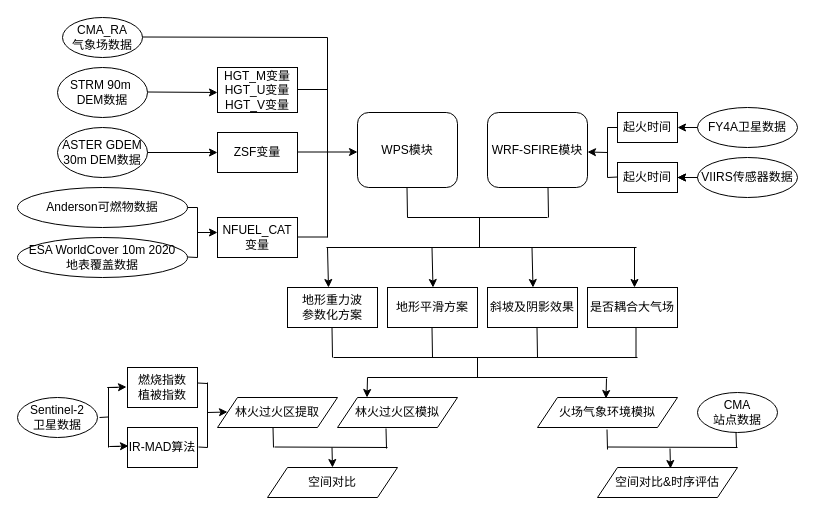
This is 第三章技术路线图.drawio from gaohuanxin/WRF-SFIRE, a draw.io file, before an edit. Source tidied: cells renumbered, new cells numbered last; positions are measured from the earlier drawing's top-left corner, leaving out a move shared by most shapes. Both pictures are drawn from the tidied source at 100%, with x=0, y=0 at pixel (17, 17).
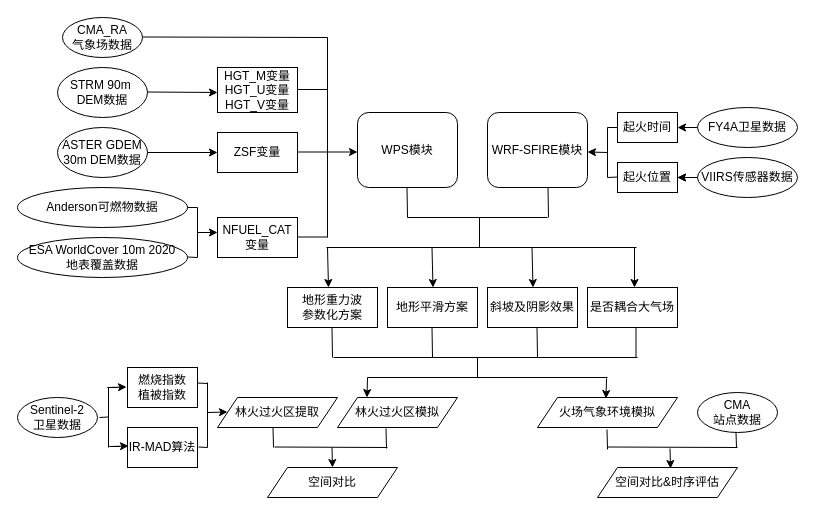
The same page after the edit.

Commit message:
更新第三章技术路线图.drawio

The edit, as a diff of the source:
```diff
@@
-    <mxCell id="25" value="起火时间" style="rounded=0;whiteSpace=wrap;html=1;" parent="1" vertex="1">
+    <mxCell id="25" value="起火位置" style="rounded=0;whiteSpace=wrap;html=1;" parent="1" vertex="1">
       <mxGeometry x="600" y="145" width="60" height="30" as="geometry" />
     </mxCell>
```
